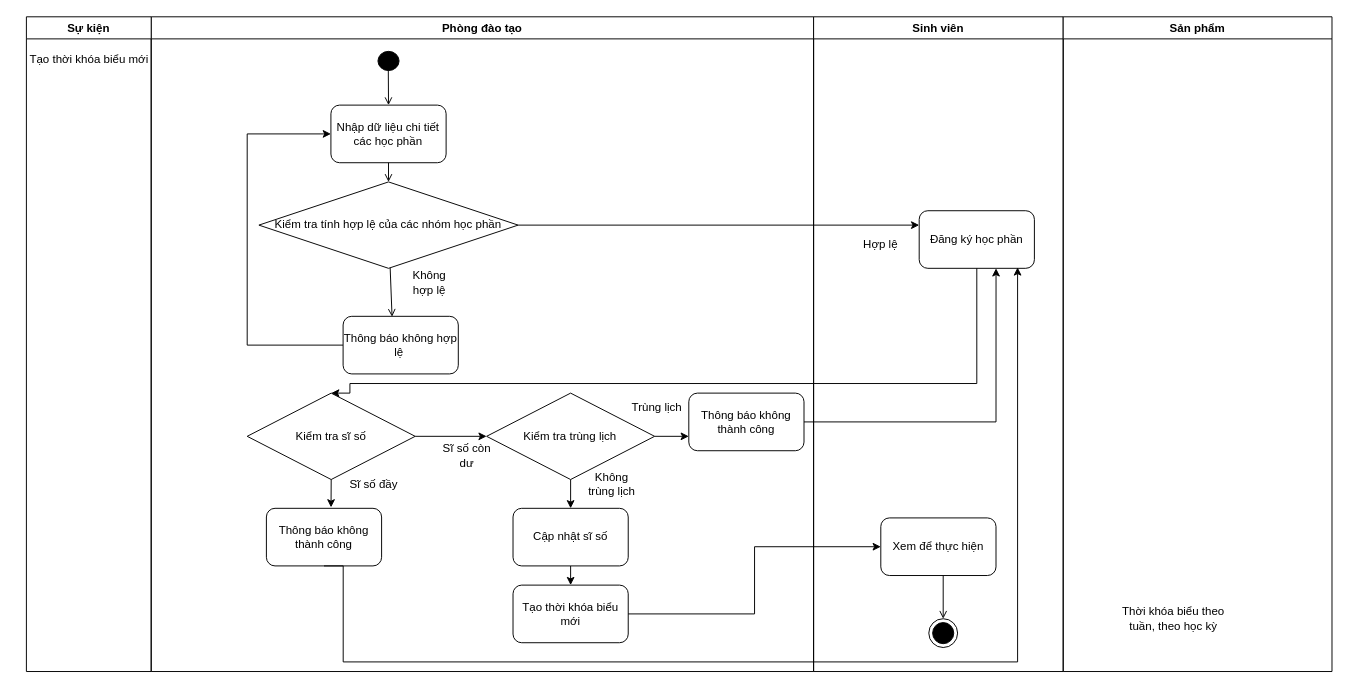
Above: hd.drawio in long100109/html (draw.io), before the change. Source tidied: cells renumbered, new cells numbered last; positions are measured from the earlier drawing's top-left corner, leaving out a move shared by most shapes. Both pictures are drawn from the tidied source at 96%, with x=0, y=0 at pixel (16, 16).
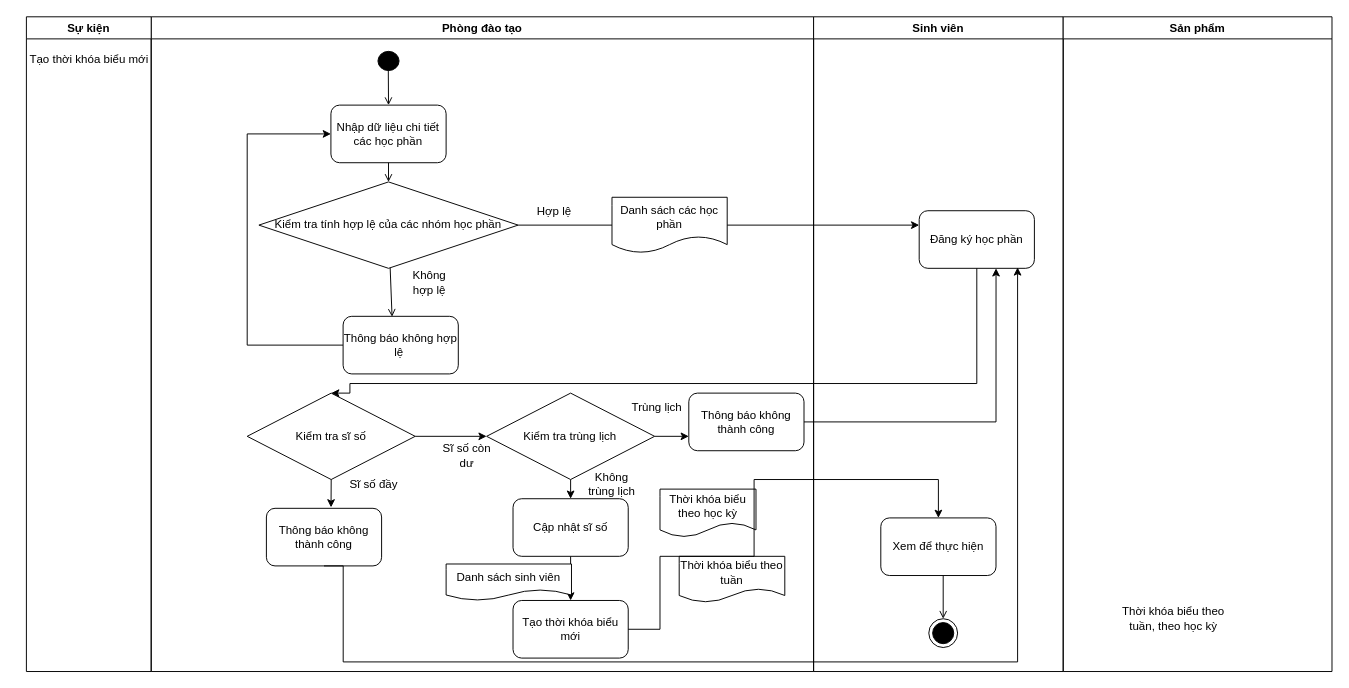
After the change.

Unchanged cells that the change refers to:
```xml
<mxCell id="2" value="Phòng đào tạo" style="swimlane;whiteSpace=wrap;" parent="1" vertex="1">
  <mxGeometry x="140" width="690" height="682" as="geometry" />
</mxCell>
<mxCell id="6" value="Kiểm tra tính hợp lệ của các nhóm học phần" style="rhombus;whiteSpace=wrap;html=1;" parent="2" vertex="1">
  <mxGeometry x="112.2" y="172" width="270" height="90" as="geometry" />
</mxCell>
<mxCell id="28" value="Sinh viên" style="swimlane;whiteSpace=wrap;startSize=23;" parent="1" vertex="1">
  <mxGeometry x="830" width="260" height="682" as="geometry" />
</mxCell>
<mxCell id="29" value="Đăng ký học phần" style="rounded=1;whiteSpace=wrap;html=1;" parent="28" vertex="1">
  <mxGeometry x="110" y="202" width="120" height="60" as="geometry" />
</mxCell>
<mxCell id="31" value="Xem để thực hiện" style="rounded=1;whiteSpace=wrap;html=1;" parent="28" vertex="1">
  <mxGeometry x="70" y="522" width="120" height="60" as="geometry" />
</mxCell>
```

Change to the diagram source:
```diff
@@
     <mxCell id="18" value="Cập nhật sĩ số" style="rounded=1;whiteSpace=wrap;html=1;" parent="2" vertex="1">
-      <mxGeometry x="376.9" y="512" width="120" height="60" as="geometry" />
+      <mxGeometry x="376.9" y="502" width="120" height="60" as="geometry" />
     </mxCell>
@@
     <mxCell id="22" value="Tạo thời khóa biểu mới" style="rounded=1;whiteSpace=wrap;html=1;" parent="2" vertex="1">
-      <mxGeometry x="376.9" y="592" width="120" height="60" as="geometry" />
+      <mxGeometry x="376.9" y="608" width="120" height="60" as="geometry" />
     </mxCell>
@@
+    <mxCell id="43" value="Danh sách các học phần" style="shape=document;whiteSpace=wrap;html=1;boundedLbl=1;" parent="2" vertex="1">
+      <mxGeometry x="480" y="188" width="120" height="58" as="geometry" />
+    </mxCell>
+    <mxCell id="44" style="endArrow=none;html=1;rounded=0;exitX=1;exitY=0.5;exitDx=0;exitDy=0;entryX=0;entryY=0.5;entryDx=0;entryDy=0;" parent="2" edge="1" source="6" target="43">
+      <mxGeometry relative="1" as="geometry" />
+    </mxCell>
+    <mxCell id="30" value="Hợp lệ" style="text;html=1;align=center;verticalAlign=middle;whiteSpace=wrap;rounded=0;" parent="2" vertex="1">
+      <mxGeometry x="389.9" y="188" width="60" height="30" as="geometry" />
+    </mxCell>
+    <mxCell id="45" value="Danh sách sinh viên" style="shape=document;whiteSpace=wrap;html=1;boundedLbl=1;" parent="2" vertex="1">
+      <mxGeometry x="307.2" y="570" width="130.6" height="38" as="geometry" />
+    </mxCell>
+    <mxCell id="46" value="Thời khóa biểu theo học kỳ" style="shape=document;whiteSpace=wrap;html=1;boundedLbl=1;" parent="2" vertex="1">
+      <mxGeometry x="530" y="492" width="100" height="50" as="geometry" />
+    </mxCell>
+    <mxCell id="47" value="Thời khóa biểu theo tuần" style="shape=document;whiteSpace=wrap;html=1;boundedLbl=1;" parent="2" vertex="1">
+      <mxGeometry x="550" y="562" width="110" height="48" as="geometry" />
+    </mxCell>
@@
-    <mxCell id="30" value="Hợp lệ" style="text;html=1;align=center;verticalAlign=middle;whiteSpace=wrap;rounded=0;" parent="28" vertex="1">
-      <mxGeometry x="40" y="222" width="60" height="30" as="geometry" />
-    </mxCell>
@@
-    <mxCell id="38" style="edgeStyle=orthogonalEdgeStyle;rounded=0;jettySize=auto;html=1;exitX=1;exitY=0.5;exitDx=0;exitDy=0;entryX=0;entryY=0.25;entryDx=0;entryDy=0;" parent="1" edge="1" source="6" target="29">
+    <mxCell id="38" style="edgeStyle=orthogonalEdgeStyle;rounded=0;jettySize=auto;html=1;exitX=1;exitY=0.5;exitDx=0;exitDy=0;entryX=0;entryY=0.25;entryDx=0;entryDy=0;" parent="1" edge="1" source="43" target="29">
       <mxGeometry relative="1" as="geometry" />
     </mxCell>
@@
-    <mxCell id="41" style="edgeStyle=orthogonalEdgeStyle;rounded=0;jettySize=auto;html=1;exitX=1;exitY=0.5;exitDx=0;exitDy=0;entryX=0;entryY=0.5;entryDx=0;entryDy=0;" parent="1" edge="1" source="22" target="31">
-      <mxGeometry relative="1" as="geometry" />
+    <mxCell id="41" style="edgeStyle=orthogonalEdgeStyle;rounded=0;jettySize=auto;html=1;exitX=1;exitY=0.5;exitDx=0;exitDy=0;entryX=0.5;entryY=0;entryDx=0;entryDy=0;" parent="1" edge="1" source="22" target="31">
+      <mxGeometry relative="1" as="geometry">
+        <Array as="points">
+          <mxPoint x="670" y="638" />
+          <mxPoint x="670" y="562" />
+          <mxPoint x="768" y="562" />
+          <mxPoint x="768" y="482" />
+          <mxPoint x="960" y="482" />
+        </Array>
+      </mxGeometry>
     </mxCell>
```
